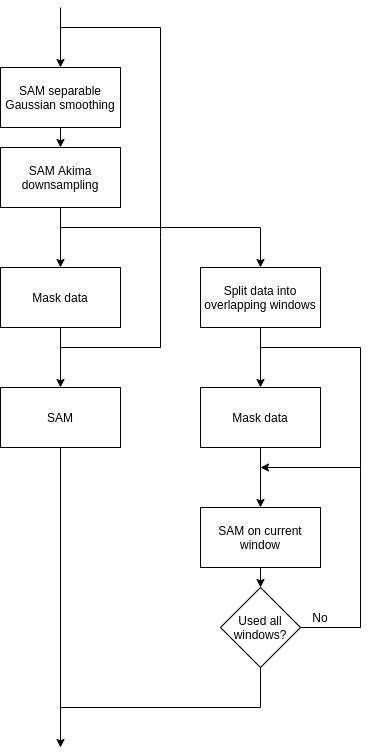
Before: figures/pca_data_driven_surrogate_signal_extraction_methods_for_dynamic_pet_methods_data_driven_surrogate_signal_extraction_sam.png, a diagram exported from draw.io (ALEXJAZZ008008/upgrade). Source tidied: cells renumbered, new cells last; positions are measured from the earlier drawing's top-left corner, leaving out a move shared by most shapes. Source of this version:
```xml
<mxGraphModel>
  <root>
    <mxCell id="0" />
    <mxCell id="1" parent="0" />
    <mxCell id="2" value="SAM separable Gaussian smoothing" style="rounded=0;whiteSpace=wrap;html=1;" parent="1" vertex="1">
      <mxGeometry y="60" width="120" height="60" as="geometry" />
    </mxCell>
    <mxCell id="3" value="SAM Akima downsampling" style="rounded=0;whiteSpace=wrap;html=1;" parent="1" vertex="1">
      <mxGeometry y="140" width="120" height="60" as="geometry" />
    </mxCell>
    <mxCell id="4" value="Mask data" style="rounded=0;whiteSpace=wrap;html=1;" parent="1" vertex="1">
      <mxGeometry y="260" width="120" height="60" as="geometry" />
    </mxCell>
    <mxCell id="5" value="SAM" style="rounded=0;whiteSpace=wrap;html=1;" parent="1" vertex="1">
      <mxGeometry y="380" width="120" height="60" as="geometry" />
    </mxCell>
    <mxCell id="6" style="endArrow=classic;html=1;exitX=0.5;exitY=1;exitDx=0;exitDy=0;entryX=0.5;entryY=0;entryDx=0;entryDy=0;" parent="1" edge="1" source="2" target="3">
      <mxGeometry relative="1" as="geometry" />
    </mxCell>
    <mxCell id="7" style="endArrow=classic;html=1;exitX=0.5;exitY=1;exitDx=0;exitDy=0;entryX=0.5;entryY=0;entryDx=0;entryDy=0;" parent="1" edge="1" source="4" target="5">
      <mxGeometry relative="1" as="geometry" />
    </mxCell>
    <mxCell id="8" style="endArrow=none;html=1;" parent="1" edge="1">
      <mxGeometry relative="1" as="geometry">
        <mxPoint x="60" y="220" as="sourcePoint" />
        <mxPoint x="160" y="220" as="targetPoint" />
      </mxGeometry>
    </mxCell>
    <mxCell id="9" style="endArrow=none;html=1;" parent="1" edge="1">
      <mxGeometry relative="1" as="geometry">
        <mxPoint x="160" y="340" as="sourcePoint" />
        <mxPoint x="160" y="230" as="targetPoint" />
      </mxGeometry>
    </mxCell>
    <mxCell id="10" value="Split data into overlapping windows" style="rounded=0;whiteSpace=wrap;html=1;" parent="1" vertex="1">
      <mxGeometry x="200" y="260" width="120" height="60" as="geometry" />
    </mxCell>
    <mxCell id="11" value="Mask data" style="rounded=0;whiteSpace=wrap;html=1;" parent="1" vertex="1">
      <mxGeometry x="200" y="380" width="120" height="60" as="geometry" />
    </mxCell>
    <mxCell id="12" value="SAM on current window" style="rounded=0;whiteSpace=wrap;html=1;" parent="1" vertex="1">
      <mxGeometry x="200" y="500" width="120" height="60" as="geometry" />
    </mxCell>
    <mxCell id="13" style="endArrow=classic;html=1;exitX=0.5;exitY=1;exitDx=0;exitDy=0;entryX=0.5;entryY=0;entryDx=0;entryDy=0;" parent="1" edge="1" source="11" target="12">
      <mxGeometry relative="1" as="geometry" />
    </mxCell>
    <mxCell id="14" style="endArrow=none;html=1;" parent="1" edge="1">
      <mxGeometry relative="1" as="geometry">
        <mxPoint x="260" y="340" as="sourcePoint" />
        <mxPoint x="360" y="340" as="targetPoint" />
      </mxGeometry>
    </mxCell>
    <mxCell id="15" style="endArrow=none;html=1;" parent="1" edge="1">
      <mxGeometry relative="1" as="geometry">
        <mxPoint x="360" y="460" as="sourcePoint" />
        <mxPoint x="360" y="340" as="targetPoint" />
      </mxGeometry>
    </mxCell>
    <mxCell id="16" style="endArrow=classic;html=1;" parent="1" edge="1">
      <mxGeometry relative="1" as="geometry">
        <mxPoint x="360" y="460" as="sourcePoint" />
        <mxPoint x="260" y="460" as="targetPoint" />
      </mxGeometry>
    </mxCell>
    <mxCell id="17" style="endArrow=classic;html=1;exitX=0.5;exitY=1;exitDx=0;exitDy=0;entryX=0.5;entryY=0;entryDx=0;entryDy=0;" parent="1" edge="1" source="10" target="11">
      <mxGeometry relative="1" as="geometry" />
    </mxCell>
    <mxCell id="18" style="endArrow=none;html=1;" parent="1" edge="1">
      <mxGeometry relative="1" as="geometry">
        <mxPoint x="160" y="220" as="sourcePoint" />
        <mxPoint x="260" y="220" as="targetPoint" />
      </mxGeometry>
    </mxCell>
    <mxCell id="19" style="endArrow=classic;html=1;entryX=0.5;entryY=0;entryDx=0;entryDy=0;" parent="1" edge="1" target="10">
      <mxGeometry relative="1" as="geometry">
        <mxPoint x="260" y="220" as="sourcePoint" />
      </mxGeometry>
    </mxCell>
    <mxCell id="20" value="Used all windows?" style="rhombus;whiteSpace=wrap;html=1;" parent="1" vertex="1">
      <mxGeometry x="220" y="580" width="80" height="80" as="geometry" />
    </mxCell>
    <mxCell id="21" style="endArrow=none;html=1;exitX=1;exitY=0.5;exitDx=0;exitDy=0;" parent="1" edge="1" source="20">
      <mxGeometry relative="1" as="geometry">
        <mxPoint x="360" y="620" as="targetPoint" />
      </mxGeometry>
    </mxCell>
    <mxCell id="22" style="endArrow=none;html=1;" parent="1" edge="1">
      <mxGeometry relative="1" as="geometry">
        <mxPoint x="360" y="620" as="sourcePoint" />
        <mxPoint x="360" y="460" as="targetPoint" />
      </mxGeometry>
    </mxCell>
    <mxCell id="23" value="No" style="text;html=1;strokeColor=none;fillColor=none;align=center;verticalAlign=middle;whiteSpace=wrap;rounded=0;" parent="1" vertex="1">
      <mxGeometry x="300" y="600" width="40" height="20" as="geometry" />
    </mxCell>
    <mxCell id="24" style="endArrow=classic;html=1;exitX=0.5;exitY=1;exitDx=0;exitDy=0;entryX=0.5;entryY=0;entryDx=0;entryDy=0;" parent="1" edge="1" source="12" target="20">
      <mxGeometry relative="1" as="geometry" />
    </mxCell>
    <mxCell id="25" style="endArrow=classic;html=1;exitX=0.5;exitY=1;exitDx=0;exitDy=0;entryX=0.5;entryY=0;entryDx=0;entryDy=0;" parent="1" edge="1" source="3" target="4">
      <mxGeometry relative="1" as="geometry" />
    </mxCell>
    <mxCell id="26" style="endArrow=none;html=1;" parent="1" edge="1">
      <mxGeometry relative="1" as="geometry">
        <mxPoint x="160" y="230" as="sourcePoint" />
        <mxPoint x="160" y="20" as="targetPoint" />
      </mxGeometry>
    </mxCell>
    <mxCell id="27" style="endArrow=none;html=1;" parent="1" edge="1">
      <mxGeometry relative="1" as="geometry">
        <mxPoint x="160" y="20" as="sourcePoint" />
        <mxPoint x="60" y="20" as="targetPoint" />
      </mxGeometry>
    </mxCell>
    <mxCell id="28" style="endArrow=none;html=1;" parent="1" edge="1">
      <mxGeometry relative="1" as="geometry">
        <mxPoint x="60" y="340" as="sourcePoint" />
        <mxPoint x="160" y="340" as="targetPoint" />
      </mxGeometry>
    </mxCell>
    <mxCell id="29" style="endArrow=none;html=1;entryX=0.5;entryY=1;entryDx=0;entryDy=0;" parent="1" edge="1" target="20">
      <mxGeometry relative="1" as="geometry">
        <mxPoint x="260" y="700" as="sourcePoint" />
      </mxGeometry>
    </mxCell>
    <mxCell id="30" style="endArrow=none;html=1;" parent="1" edge="1">
      <mxGeometry relative="1" as="geometry">
        <mxPoint x="260" y="700" as="sourcePoint" />
        <mxPoint x="60" y="700" as="targetPoint" />
      </mxGeometry>
    </mxCell>
    <mxCell id="31" style="endArrow=classic;html=1;exitX=0.5;exitY=1;exitDx=0;exitDy=0;entryX=0.5;entryY=0;entryDx=0;entryDy=0;" parent="1" edge="1" target="2">
      <mxGeometry relative="1" as="geometry">
        <mxPoint x="60" as="sourcePoint" />
      </mxGeometry>
    </mxCell>
    <mxCell id="32" style="endArrow=classic;html=1;exitX=0.5;exitY=1;exitDx=0;exitDy=0;" parent="1" edge="1" source="5">
      <mxGeometry relative="1" as="geometry">
        <mxPoint x="60" y="740" as="targetPoint" />
      </mxGeometry>
    </mxCell>
  </root>
</mxGraphModel>
```
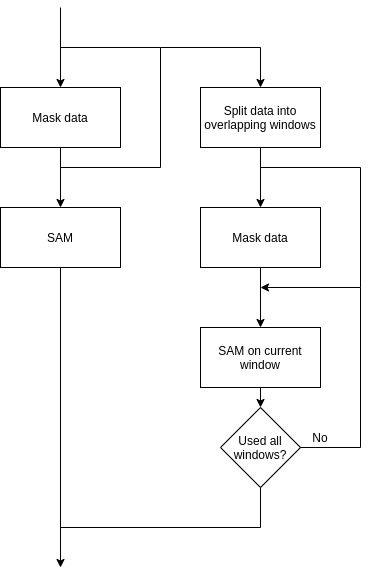
After the change.

Change to the diagram source:
```diff
@@ -2,21 +2,12 @@
   <root>
     <mxCell id="0" />
     <mxCell id="1" parent="0" />
-    <mxCell id="2" value="SAM separable Gaussian smoothing" style="rounded=0;whiteSpace=wrap;html=1;" parent="1" vertex="1">
-      <mxGeometry y="60" width="120" height="60" as="geometry" />
-    </mxCell>
-    <mxCell id="3" value="SAM Akima downsampling" style="rounded=0;whiteSpace=wrap;html=1;" parent="1" vertex="1">
-      <mxGeometry y="140" width="120" height="60" as="geometry" />
-    </mxCell>
     <mxCell id="4" value="Mask data" style="rounded=0;whiteSpace=wrap;html=1;" parent="1" vertex="1">
       <mxGeometry y="260" width="120" height="60" as="geometry" />
     </mxCell>
     <mxCell id="5" value="SAM" style="rounded=0;whiteSpace=wrap;html=1;" parent="1" vertex="1">
       <mxGeometry y="380" width="120" height="60" as="geometry" />
     </mxCell>
-    <mxCell id="6" style="endArrow=classic;html=1;exitX=0.5;exitY=1;exitDx=0;exitDy=0;entryX=0.5;entryY=0;entryDx=0;entryDy=0;" parent="1" edge="1" source="2" target="3">
-      <mxGeometry relative="1" as="geometry" />
-    </mxCell>
     <mxCell id="7" style="endArrow=classic;html=1;exitX=0.5;exitY=1;exitDx=0;exitDy=0;entryX=0.5;entryY=0;entryDx=0;entryDy=0;" parent="1" edge="1" source="4" target="5">
       <mxGeometry relative="1" as="geometry" />
     </mxCell>
@@ -29,7 +20,7 @@
     <mxCell id="9" style="endArrow=none;html=1;" parent="1" edge="1">
       <mxGeometry relative="1" as="geometry">
         <mxPoint x="160" y="340" as="sourcePoint" />
-        <mxPoint x="160" y="230" as="targetPoint" />
+        <mxPoint x="160" y="220" as="targetPoint" />
       </mxGeometry>
     </mxCell>
     <mxCell id="10" value="Split data into overlapping windows" style="rounded=0;whiteSpace=wrap;html=1;" parent="1" vertex="1">
@@ -96,21 +87,11 @@
     <mxCell id="24" style="endArrow=classic;html=1;exitX=0.5;exitY=1;exitDx=0;exitDy=0;entryX=0.5;entryY=0;entryDx=0;entryDy=0;" parent="1" edge="1" source="12" target="20">
       <mxGeometry relative="1" as="geometry" />
     </mxCell>
-    <mxCell id="25" style="endArrow=classic;html=1;exitX=0.5;exitY=1;exitDx=0;exitDy=0;entryX=0.5;entryY=0;entryDx=0;entryDy=0;" parent="1" edge="1" source="3" target="4">
-      <mxGeometry relative="1" as="geometry" />
+    <mxCell id="25" style="endArrow=classic;html=1;entryX=0.5;entryY=0;entryDx=0;entryDy=0;" parent="1" edge="1" target="4">
+      <mxGeometry relative="1" as="geometry">
+        <mxPoint x="60" y="180" as="sourcePoint" />
+      </mxGeometry>
     </mxCell>
-    <mxCell id="26" style="endArrow=none;html=1;" parent="1" edge="1">
-      <mxGeometry relative="1" as="geometry">
-        <mxPoint x="160" y="230" as="sourcePoint" />
-        <mxPoint x="160" y="20" as="targetPoint" />
-      </mxGeometry>
-    </mxCell>
-    <mxCell id="27" style="endArrow=none;html=1;" parent="1" edge="1">
-      <mxGeometry relative="1" as="geometry">
-        <mxPoint x="160" y="20" as="sourcePoint" />
-        <mxPoint x="60" y="20" as="targetPoint" />
-      </mxGeometry>
-    </mxCell>
     <mxCell id="28" style="endArrow=none;html=1;" parent="1" edge="1">
       <mxGeometry relative="1" as="geometry">
         <mxPoint x="60" y="340" as="sourcePoint" />
@@ -128,11 +109,6 @@
         <mxPoint x="60" y="700" as="targetPoint" />
       </mxGeometry>
     </mxCell>
-    <mxCell id="31" style="endArrow=classic;html=1;exitX=0.5;exitY=1;exitDx=0;exitDy=0;entryX=0.5;entryY=0;entryDx=0;entryDy=0;" parent="1" edge="1" target="2">
-      <mxGeometry relative="1" as="geometry">
-        <mxPoint x="60" as="sourcePoint" />
-      </mxGeometry>
-    </mxCell>
     <mxCell id="32" style="endArrow=classic;html=1;exitX=0.5;exitY=1;exitDx=0;exitDy=0;" parent="1" edge="1" source="5">
       <mxGeometry relative="1" as="geometry">
         <mxPoint x="60" y="740" as="targetPoint" />
```
